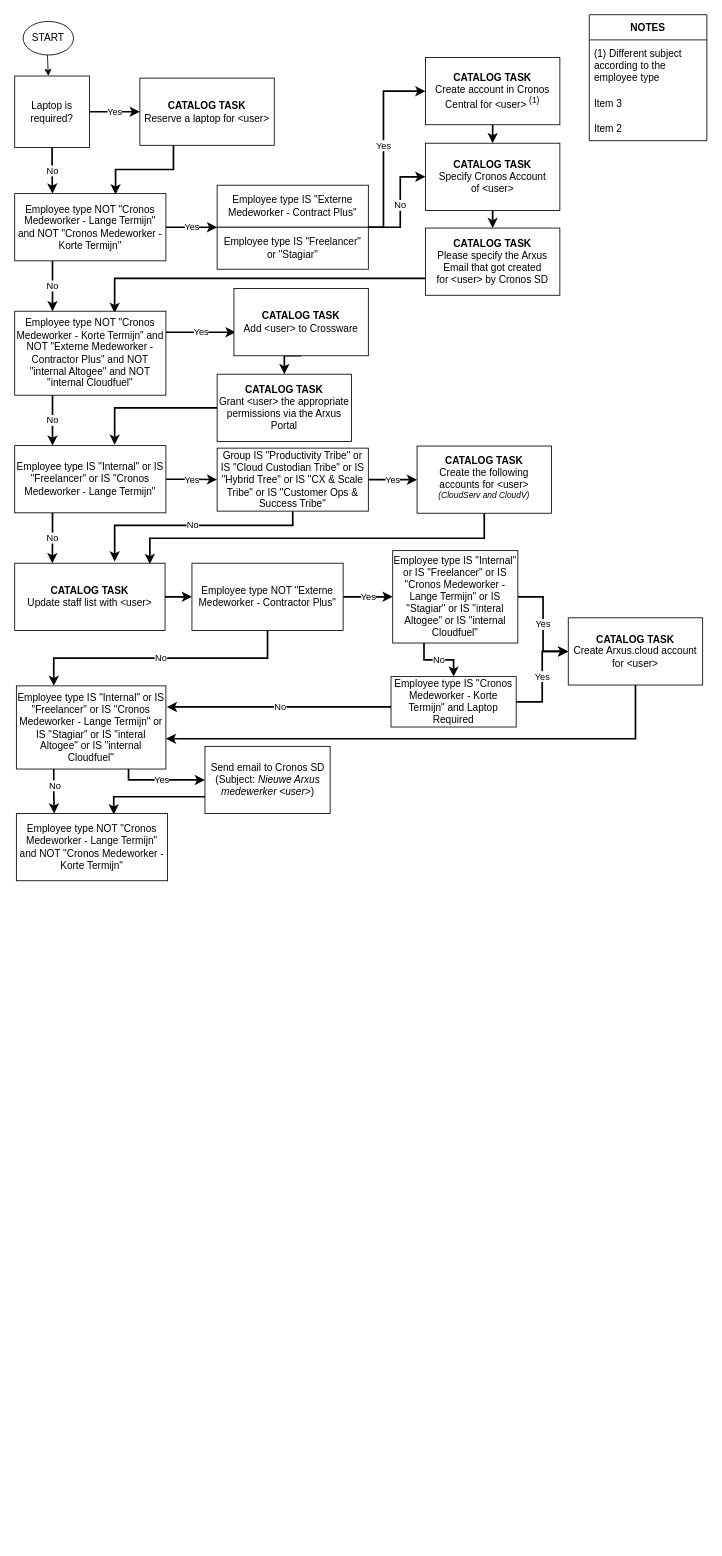
The draw.io diagram Untitled Diagram.drawio in dgcst/flows, before the edit. Source tidied: cells renumbered, new cells numbered last; positions are measured from the earlier drawing's top-left corner, leaving out a move shared by most shapes. Both pictures are drawn from the tidied source at 84%, with x=0, y=0 at pixel (14, 14).
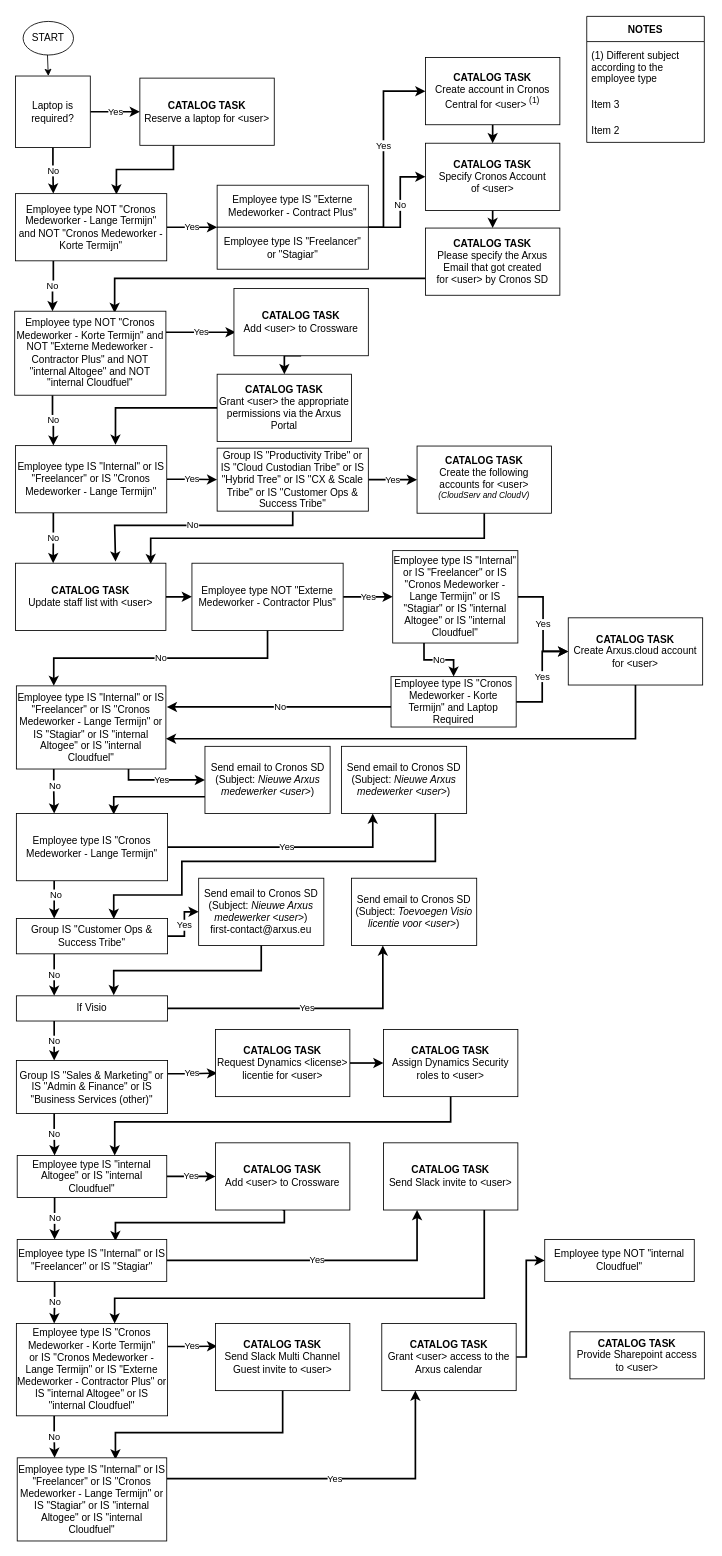
After the change.

What changed in the source:
```diff
@@
     <mxCell id="8" value="&lt;span&gt;Laptop is required?&lt;/span&gt;" style="rounded=0;whiteSpace=wrap;html=1;" parent="1" vertex="1">
-      <mxGeometry y="73" width="89" height="85" as="geometry" />
+      <mxGeometry x="1" y="73" width="89" height="85" as="geometry" />
     </mxCell>
@@
     <mxCell id="11" value="&lt;span&gt;Employee type NOT &quot;Cronos Medeworker - Lange Termijn&quot; and NOT &quot;Cronos Medeworker - Korte Termijn&quot;&lt;/span&gt;" style="rounded=0;whiteSpace=wrap;html=1;" parent="1" vertex="1">
-      <mxGeometry y="213" width="180" height="80" as="geometry" />
+      <mxGeometry x="1" y="213" width="180" height="80" as="geometry" />
     </mxCell>
@@
     <mxCell id="18" value="NOTES" style="swimlane;fontStyle=1;horizontal=1;startSize=30;" parent="1" vertex="1">
-      <mxGeometry x="684" width="140" height="150" as="geometry" />
+      <mxGeometry x="681" y="2" width="140" height="150" as="geometry" />
     </mxCell>
@@
     <mxCell id="35" value="&lt;span&gt;Employee type IS &quot;Internal&quot; or IS &quot;Freelancer&quot; or IS &quot;&lt;/span&gt;Cronos Medeworker - Lange Termijn&lt;span&gt;&quot;&lt;/span&gt;" style="rounded=0;whiteSpace=wrap;html=1;" parent="1" vertex="1">
-      <mxGeometry y="513" width="180" height="80" as="geometry" />
+      <mxGeometry x="1" y="513" width="180" height="80" as="geometry" />
     </mxCell>
@@
     <mxCell id="42" value="&lt;b&gt;CATALOG TASK&lt;br&gt;&lt;/b&gt;Update staff list with &amp;lt;user&amp;gt;" style="rounded=0;whiteSpace=wrap;html=1;" parent="1" vertex="1">
-      <mxGeometry y="653" width="179" height="80" as="geometry" />
+      <mxGeometry x="1" y="653" width="179" height="80" as="geometry" />
     </mxCell>
@@
-    <mxCell id="48" value="&lt;span&gt;Employee type IS &quot;Internal&quot; or IS &quot;Freelancer&quot; or IS &quot;&lt;/span&gt;Cronos Medeworker - Lange Termijn&lt;span&gt;&quot; or IS &quot;Stagiar&quot; or IS &quot;interal Altogee&quot; or IS &quot;internal Cloudfuel&quot;&lt;/span&gt;" style="rounded=0;whiteSpace=wrap;html=1;" parent="1" vertex="1">
+    <mxCell id="48" value="&lt;span&gt;Employee type IS &quot;Internal&quot; or IS &quot;Freelancer&quot; or IS &quot;&lt;/span&gt;Cronos Medeworker - Lange Termijn&lt;span&gt;&quot; or IS &quot;Stagiar&quot; or IS &quot;internal Altogee&quot; or IS &quot;internal Cloudfuel&quot;&lt;/span&gt;" style="rounded=0;whiteSpace=wrap;html=1;" parent="1" vertex="1">
       <mxGeometry x="450" y="638" width="149" height="110" as="geometry" />
     </mxCell>
@@
-    <mxCell id="56" value="&lt;span&gt;Employee type IS &quot;Internal&quot; or IS &quot;Freelancer&quot; or IS &quot;&lt;/span&gt;Cronos Medeworker - Lange Termijn&lt;span&gt;&quot; or IS &quot;Stagiar&quot; or IS &quot;interal Altogee&quot; or IS &quot;internal Cloudfuel&quot;&lt;/span&gt;" style="rounded=0;whiteSpace=wrap;html=1;" parent="1" vertex="1">
+    <mxCell id="56" value="&lt;span&gt;Employee type IS &quot;Internal&quot; or IS &quot;Freelancer&quot; or IS &quot;&lt;/span&gt;Cronos Medeworker - Lange Termijn&lt;span&gt;&quot; or IS &quot;Stagiar&quot; or IS &quot;internal Altogee&quot; or IS &quot;internal Cloudfuel&quot;&lt;/span&gt;" style="rounded=0;whiteSpace=wrap;html=1;" parent="1" vertex="1">
       <mxGeometry x="2" y="799" width="178" height="99" as="geometry" />
     </mxCell>
@@
+    <mxCell id="60" value="Yes" style="edgeStyle=orthogonalEdgeStyle;rounded=0;jettySize=auto;html=1;exitX=1;exitY=0.5;exitDx=0;exitDy=0;entryX=0.25;entryY=1;entryDx=0;entryDy=0;strokeWidth=2;" parent="1" edge="1" source="59" target="63">
+      <mxGeometry relative="1" as="geometry" />
+    </mxCell>
+    <mxCell id="61" value="No" style="edgeStyle=orthogonalEdgeStyle;rounded=0;jettySize=auto;html=1;exitX=0.25;exitY=1;exitDx=0;exitDy=0;entryX=0.25;entryY=0;entryDx=0;entryDy=0;strokeWidth=2;" parent="1" edge="1" source="59" target="66">
+      <mxGeometry x="-0.23" y="2" relative="1" as="geometry" />
+    </mxCell>
-    <mxCell id="59" value="&lt;span&gt;Employee type NOT &quot;Cronos Medeworker - Lange Termijn&quot; and NOT &quot;Cronos Medeworker - Korte Termijn&quot;&lt;/span&gt;" style="rounded=0;whiteSpace=wrap;html=1;" parent="1" vertex="1">
+    <mxCell id="59" value="&lt;span&gt;Employee type IS &quot;Cronos Medeworker - Lange Termijn&quot;&lt;/span&gt;" style="rounded=0;whiteSpace=wrap;html=1;" parent="1" vertex="1">
       <mxGeometry x="2" y="951" width="180" height="80" as="geometry" />
     </mxCell>
+    <mxCell id="62" style="edgeStyle=orthogonalEdgeStyle;rounded=0;jettySize=auto;html=1;exitX=0.75;exitY=1;exitDx=0;exitDy=0;entryX=0.644;entryY=0.013;entryDx=0;entryDy=0;entryPerimeter=0;strokeWidth=2;" parent="1" edge="1" source="63" target="66">
+      <mxGeometry relative="1" as="geometry">
+        <Array as="points">
+          <mxPoint x="501" y="1008" />
+          <mxPoint x="199" y="1008" />
+          <mxPoint x="199" y="1048" />
+          <mxPoint x="118" y="1048" />
+        </Array>
+      </mxGeometry>
+    </mxCell>
+    <mxCell id="63" value="Send email to Cronos SD&lt;br&gt;(Subject:&amp;nbsp;&lt;span&gt;&lt;i&gt;Nieuwe Arxus medewerker &amp;lt;user&amp;gt;&lt;/i&gt;&lt;/span&gt;)" style="rounded=0;whiteSpace=wrap;html=1;" parent="1" vertex="1">
+      <mxGeometry x="389" y="871" width="149" height="80" as="geometry" />
+    </mxCell>
+    <mxCell id="64" value="Yes" style="edgeStyle=orthogonalEdgeStyle;rounded=0;jettySize=auto;html=1;exitX=1;exitY=0.5;exitDx=0;exitDy=0;entryX=0;entryY=0.5;entryDx=0;entryDy=0;strokeWidth=2;" parent="1" edge="1" source="66" target="68">
+      <mxGeometry relative="1" as="geometry" />
+    </mxCell>
+    <mxCell id="65" value="No" style="edgeStyle=orthogonalEdgeStyle;rounded=0;jettySize=auto;html=1;exitX=0.25;exitY=1;exitDx=0;exitDy=0;entryX=0.25;entryY=0;entryDx=0;entryDy=0;strokeWidth=2;" parent="1" edge="1" source="66" target="72">
+      <mxGeometry relative="1" as="geometry" />
+    </mxCell>
+    <mxCell id="66" value="Group IS &quot;Customer Ops &amp;amp; Success Tribe&quot;" style="rounded=0;whiteSpace=wrap;html=1;" parent="1" vertex="1">
+      <mxGeometry x="2" y="1076" width="180" height="42" as="geometry" />
+    </mxCell>
+    <mxCell id="67" style="edgeStyle=orthogonalEdgeStyle;rounded=0;jettySize=auto;html=1;exitX=0.5;exitY=1;exitDx=0;exitDy=0;entryX=0.644;entryY=-0.025;entryDx=0;entryDy=0;entryPerimeter=0;strokeWidth=2;" parent="1" edge="1" source="68" target="72">
+      <mxGeometry relative="1" as="geometry" />
+    </mxCell>
+    <mxCell id="68" value="Send email to Cronos SD&lt;br&gt;(Subject:&amp;nbsp;&lt;span&gt;&lt;i&gt;Nieuwe Arxus medewerker &amp;lt;user&amp;gt;&lt;/i&gt;&lt;/span&gt;)&lt;br&gt;first-contact@arxus.eu" style="rounded=0;whiteSpace=wrap;html=1;" parent="1" vertex="1">
+      <mxGeometry x="219" y="1028" width="149" height="80" as="geometry" />
+    </mxCell>
+    <mxCell id="69" value="Send email to Cronos SD&lt;br&gt;(Subject:&amp;nbsp;&lt;span&gt;&lt;i&gt;Toevoegen Visio licentie voor&amp;nbsp;&amp;lt;user&amp;gt;&lt;/i&gt;&lt;/span&gt;)" style="rounded=0;whiteSpace=wrap;html=1;" parent="1" vertex="1">
+      <mxGeometry x="401" y="1028" width="149" height="80" as="geometry" />
+    </mxCell>
+    <mxCell id="70" value="Yes" style="edgeStyle=orthogonalEdgeStyle;rounded=0;jettySize=auto;html=1;exitX=1;exitY=0.5;exitDx=0;exitDy=0;entryX=0.25;entryY=1;entryDx=0;entryDy=0;strokeWidth=2;" parent="1" edge="1" source="72" target="69">
+      <mxGeometry relative="1" as="geometry" />
+    </mxCell>
+    <mxCell id="71" value="No" style="edgeStyle=orthogonalEdgeStyle;rounded=0;jettySize=auto;html=1;exitX=0.25;exitY=1;exitDx=0;exitDy=0;entryX=0.25;entryY=0;entryDx=0;entryDy=0;strokeWidth=2;" parent="1" edge="1" source="72" target="75">
+      <mxGeometry relative="1" as="geometry" />
+    </mxCell>
+    <mxCell id="72" value="If Visio" style="rounded=0;whiteSpace=wrap;html=1;" parent="1" vertex="1">
+      <mxGeometry x="2" y="1168" width="180" height="30" as="geometry" />
+    </mxCell>
+    <mxCell id="73" value="Yes" style="edgeStyle=orthogonalEdgeStyle;rounded=0;jettySize=auto;html=1;exitX=1;exitY=0.25;exitDx=0;exitDy=0;entryX=0.013;entryY=0.65;entryDx=0;entryDy=0;entryPerimeter=0;strokeWidth=2;" parent="1" edge="1" source="75" target="77">
+      <mxGeometry relative="1" as="geometry" />
+    </mxCell>
+    <mxCell id="74" value="No" style="edgeStyle=orthogonalEdgeStyle;rounded=0;jettySize=auto;html=1;exitX=0.25;exitY=1;exitDx=0;exitDy=0;entryX=0.25;entryY=0;entryDx=0;entryDy=0;strokeWidth=2;" parent="1" edge="1" source="75" target="82">
+      <mxGeometry relative="1" as="geometry" />
+    </mxCell>
+    <mxCell id="75" value="Group IS &quot;Sales &amp;amp; Marketing&quot; or IS &quot;Admin &amp;amp; Finance&quot; or IS &quot;Business Services (other)&quot;" style="rounded=0;whiteSpace=wrap;html=1;" parent="1" vertex="1">
+      <mxGeometry x="2" y="1245" width="180" height="63" as="geometry" />
+    </mxCell>
+    <mxCell id="76" style="edgeStyle=orthogonalEdgeStyle;rounded=0;jettySize=auto;html=1;exitX=1;exitY=0.5;exitDx=0;exitDy=0;entryX=0;entryY=0.5;entryDx=0;entryDy=0;strokeWidth=2;" parent="1" edge="1" source="77" target="79">
+      <mxGeometry relative="1" as="geometry" />
+    </mxCell>
+    <mxCell id="77" value="&lt;b&gt;CATALOG TASK&lt;br&gt;&lt;/b&gt;&lt;span&gt;Request Dynamics &amp;lt;license&amp;gt; licentie for&amp;nbsp;&lt;/span&gt;&amp;lt;user&amp;gt;" style="rounded=0;whiteSpace=wrap;html=1;" parent="1" vertex="1">
+      <mxGeometry x="239" y="1208" width="160" height="80" as="geometry" />
+    </mxCell>
+    <mxCell id="78" style="edgeStyle=orthogonalEdgeStyle;rounded=0;jettySize=auto;html=1;exitX=0.5;exitY=1;exitDx=0;exitDy=0;entryX=0.652;entryY=0;entryDx=0;entryDy=0;entryPerimeter=0;strokeWidth=2;" parent="1" edge="1" source="79" target="82">
+      <mxGeometry relative="1" as="geometry">
+        <Array as="points">
+          <mxPoint x="519" y="1318" />
+          <mxPoint x="119" y="1318" />
+        </Array>
+      </mxGeometry>
+    </mxCell>
+    <mxCell id="79" value="&lt;b&gt;CATALOG TASK&lt;br&gt;&lt;/b&gt;&lt;span&gt;Assign Dynamics Security roles to&amp;nbsp;&lt;/span&gt;&amp;lt;user&amp;gt;" style="rounded=0;whiteSpace=wrap;html=1;" parent="1" vertex="1">
+      <mxGeometry x="439" y="1208" width="160" height="80" as="geometry" />
+    </mxCell>
+    <mxCell id="80" value="Yes" style="edgeStyle=orthogonalEdgeStyle;rounded=0;jettySize=auto;html=1;strokeWidth=2;" parent="1" edge="1" source="82" target="84">
+      <mxGeometry relative="1" as="geometry" />
+    </mxCell>
+    <mxCell id="81" value="No" style="edgeStyle=orthogonalEdgeStyle;rounded=0;jettySize=auto;html=1;exitX=0.25;exitY=1;exitDx=0;exitDy=0;entryX=0.25;entryY=0;entryDx=0;entryDy=0;strokeWidth=2;" parent="1" edge="1" source="82" target="87">
+      <mxGeometry relative="1" as="geometry" />
+    </mxCell>
+    <mxCell id="82" value="&lt;span&gt;Employee type IS &lt;/span&gt;&lt;span&gt;&quot;internal Altogee&quot; or IS &quot;internal Cloudfuel&quot;&lt;/span&gt;" style="rounded=0;whiteSpace=wrap;html=1;" parent="1" vertex="1">
+      <mxGeometry x="3" y="1358" width="178" height="50" as="geometry" />
+    </mxCell>
+    <mxCell id="83" style="edgeStyle=orthogonalEdgeStyle;rounded=0;jettySize=auto;html=1;exitX=0.5;exitY=1;exitDx=0;exitDy=0;entryX=0.657;entryY=0.04;entryDx=0;entryDy=0;entryPerimeter=0;strokeWidth=2;" parent="1" edge="1" source="84" target="87">
+      <mxGeometry relative="1" as="geometry">
+        <Array as="points">
+          <mxPoint x="321" y="1438" />
+          <mxPoint x="120" y="1438" />
+        </Array>
+      </mxGeometry>
+    </mxCell>
+    <mxCell id="84" value="&lt;b&gt;CATALOG TASK&lt;br&gt;&lt;/b&gt;&lt;span&gt;Add&amp;nbsp;&lt;/span&gt;&amp;lt;user&amp;gt; to Crossware" style="rounded=0;whiteSpace=wrap;html=1;" parent="1" vertex="1">
+      <mxGeometry x="239" y="1343" width="160" height="80" as="geometry" />
+    </mxCell>
+    <mxCell id="85" value="Yes" style="edgeStyle=orthogonalEdgeStyle;rounded=0;jettySize=auto;html=1;exitX=1;exitY=0.5;exitDx=0;exitDy=0;entryX=0.25;entryY=1;entryDx=0;entryDy=0;strokeWidth=2;" parent="1" edge="1" source="87" target="89">
+      <mxGeometry relative="1" as="geometry" />
+    </mxCell>
+    <mxCell id="86" value="No" style="edgeStyle=orthogonalEdgeStyle;rounded=0;jettySize=auto;html=1;exitX=0.25;exitY=1;exitDx=0;exitDy=0;entryX=0.25;entryY=0;entryDx=0;entryDy=0;strokeWidth=2;" parent="1" edge="1" source="87" target="92">
+      <mxGeometry relative="1" as="geometry" />
+    </mxCell>
+    <mxCell id="87" value="&lt;span&gt;Employee type IS &quot;Internal&quot; or IS &quot;Freelancer&quot; or &lt;/span&gt;&lt;span&gt;IS &quot;Stagiar&quot;&lt;/span&gt;" style="rounded=0;whiteSpace=wrap;html=1;" parent="1" vertex="1">
+      <mxGeometry x="3" y="1458" width="178" height="50" as="geometry" />
+    </mxCell>
+    <mxCell id="88" style="edgeStyle=orthogonalEdgeStyle;rounded=0;jettySize=auto;html=1;exitX=0.75;exitY=1;exitDx=0;exitDy=0;entryX=0.65;entryY=0;entryDx=0;entryDy=0;entryPerimeter=0;strokeWidth=2;" parent="1" edge="1" source="89" target="92">
+      <mxGeometry relative="1" as="geometry">
+        <Array as="points">
+          <mxPoint x="559" y="1528" />
+          <mxPoint x="119" y="1528" />
+        </Array>
+      </mxGeometry>
+    </mxCell>
+    <mxCell id="89" value="&lt;b&gt;CATALOG TASK&lt;br&gt;&lt;/b&gt;&lt;span&gt;Send Slack invite to&amp;nbsp;&lt;/span&gt;&amp;lt;user&amp;gt;" style="rounded=0;whiteSpace=wrap;html=1;" parent="1" vertex="1">
+      <mxGeometry x="439" y="1343" width="160" height="80" as="geometry" />
+    </mxCell>
+    <mxCell id="90" value="Yes" style="edgeStyle=orthogonalEdgeStyle;rounded=0;jettySize=auto;html=1;exitX=1;exitY=0.25;exitDx=0;exitDy=0;entryX=0.013;entryY=0.338;entryDx=0;entryDy=0;entryPerimeter=0;strokeWidth=2;" parent="1" edge="1" source="92" target="94">
+      <mxGeometry relative="1" as="geometry" />
+    </mxCell>
+    <mxCell id="91" value="No" style="edgeStyle=orthogonalEdgeStyle;rounded=0;jettySize=auto;html=1;exitX=0.25;exitY=1;exitDx=0;exitDy=0;entryX=0.25;entryY=0;entryDx=0;entryDy=0;strokeWidth=2;" parent="1" edge="1" source="92" target="96">
+      <mxGeometry relative="1" as="geometry" />
+    </mxCell>
+    <mxCell id="92" value="&lt;span&gt;Employee type IS &quot;Cronos Medeworker - Korte Termijn&quot; or&amp;nbsp;&lt;/span&gt;IS &quot;Cronos Medeworker - Lange Termijn&quot;&amp;nbsp;&lt;span&gt;or IS &quot;Externe Medeworker - Contractor Plus&quot;&amp;nbsp;&lt;/span&gt;or IS &quot;internal Altogee&quot; or IS &quot;internal Cloudfuel&quot;" style="rounded=0;whiteSpace=wrap;html=1;" parent="1" vertex="1">
+      <mxGeometry x="2" y="1558" width="180" height="110" as="geometry" />
+    </mxCell>
+    <mxCell id="93" style="edgeStyle=orthogonalEdgeStyle;rounded=0;jettySize=auto;html=1;exitX=0.5;exitY=1;exitDx=0;exitDy=0;entryX=0.657;entryY=0.02;entryDx=0;entryDy=0;entryPerimeter=0;strokeWidth=2;" parent="1" edge="1" source="94" target="96">
+      <mxGeometry relative="1" as="geometry">
+        <Array as="points">
+          <mxPoint x="319" y="1688" />
+          <mxPoint x="120" y="1688" />
+        </Array>
+      </mxGeometry>
+    </mxCell>
+    <mxCell id="94" value="&lt;b&gt;CATALOG TASK&lt;br&gt;&lt;/b&gt;&lt;span&gt;Send Slack Multi Channel Guest invite to&amp;nbsp;&lt;/span&gt;&amp;lt;user&amp;gt;" style="rounded=0;whiteSpace=wrap;html=1;" parent="1" vertex="1">
+      <mxGeometry x="239" y="1558" width="160" height="80" as="geometry" />
+    </mxCell>
+    <mxCell id="95" value="Yes" style="edgeStyle=orthogonalEdgeStyle;rounded=0;jettySize=auto;html=1;exitX=1;exitY=0.25;exitDx=0;exitDy=0;entryX=0.25;entryY=1;entryDx=0;entryDy=0;strokeWidth=2;" parent="1" edge="1" source="96" target="98">
+      <mxGeometry relative="1" as="geometry" />
+    </mxCell>
+    <mxCell id="96" value="&lt;span&gt;Employee type IS &quot;Internal&quot; or IS &quot;Freelancer&quot; or IS &quot;&lt;/span&gt;Cronos Medeworker - Lange Termijn&lt;span&gt;&quot; or IS &quot;Stagiar&quot; or IS &quot;internal Altogee&quot; or IS &quot;internal Cloudfuel&quot;&lt;/span&gt;" style="rounded=0;whiteSpace=wrap;html=1;" parent="1" vertex="1">
+      <mxGeometry x="3" y="1718" width="178" height="99" as="geometry" />
+    </mxCell>
+    <mxCell id="97" style="edgeStyle=orthogonalEdgeStyle;rounded=0;jettySize=auto;html=1;exitX=1;exitY=0.5;exitDx=0;exitDy=0;entryX=0;entryY=0.5;entryDx=0;entryDy=0;strokeWidth=2;" parent="1" edge="1" source="98" target="99">
+      <mxGeometry relative="1" as="geometry">
+        <Array as="points">
+          <mxPoint x="609" y="1598" />
+          <mxPoint x="609" y="1483" />
+        </Array>
+      </mxGeometry>
+    </mxCell>
+    <mxCell id="98" value="&lt;b&gt;CATALOG TASK&lt;br&gt;&lt;/b&gt;&lt;span&gt;Grant&amp;nbsp;&lt;/span&gt;&amp;lt;user&amp;gt;&amp;nbsp;&lt;span&gt;access to the Arxus calendar&lt;/span&gt;" style="rounded=0;whiteSpace=wrap;html=1;" parent="1" vertex="1">
+      <mxGeometry x="437" y="1558" width="160" height="80" as="geometry" />
+    </mxCell>
+    <mxCell id="99" value="&lt;span&gt;Employee type NOT &quot;internal Cloudfuel&quot;&lt;/span&gt;" style="rounded=0;whiteSpace=wrap;html=1;" parent="1" vertex="1">
+      <mxGeometry x="631" y="1458" width="178" height="50" as="geometry" />
+    </mxCell>
+    <mxCell id="100" value="&lt;b&gt;CATALOG TASK&lt;br&gt;&lt;/b&gt;&lt;span&gt;Provide Sharepoint access to&amp;nbsp;&lt;/span&gt;&amp;lt;user&amp;gt;" style="rounded=0;whiteSpace=wrap;html=1;" parent="1" vertex="1">
+      <mxGeometry x="661" y="1568" width="160" height="56" as="geometry" />
+    </mxCell>
```
